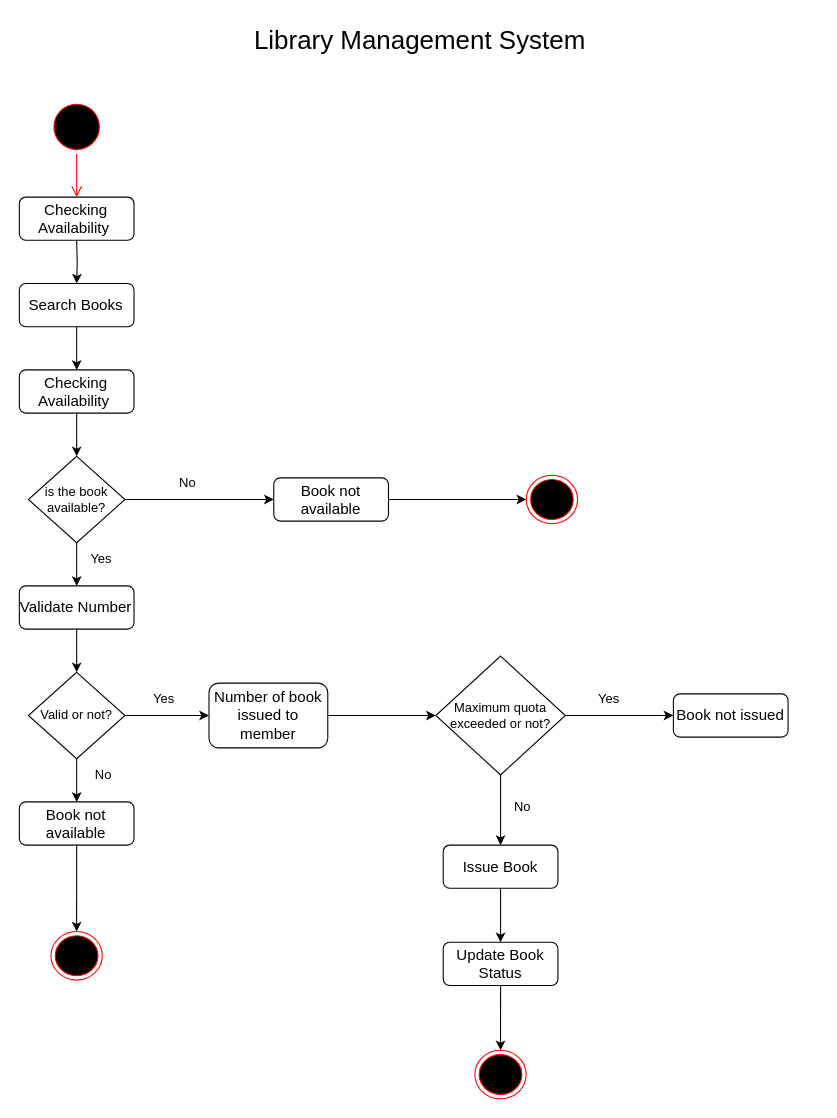
The draw.io diagram Library_Management_System.drawio in CRAZY-BRITI/Activity_Diagram, before the edit. Source tidied: cells renumbered, new cells numbered last; positions are measured from the earlier drawing's top-left corner, leaving out a move shared by most shapes. Both pictures are drawn from the tidied source at 108%, with x=0, y=0 at pixel (18, 18).
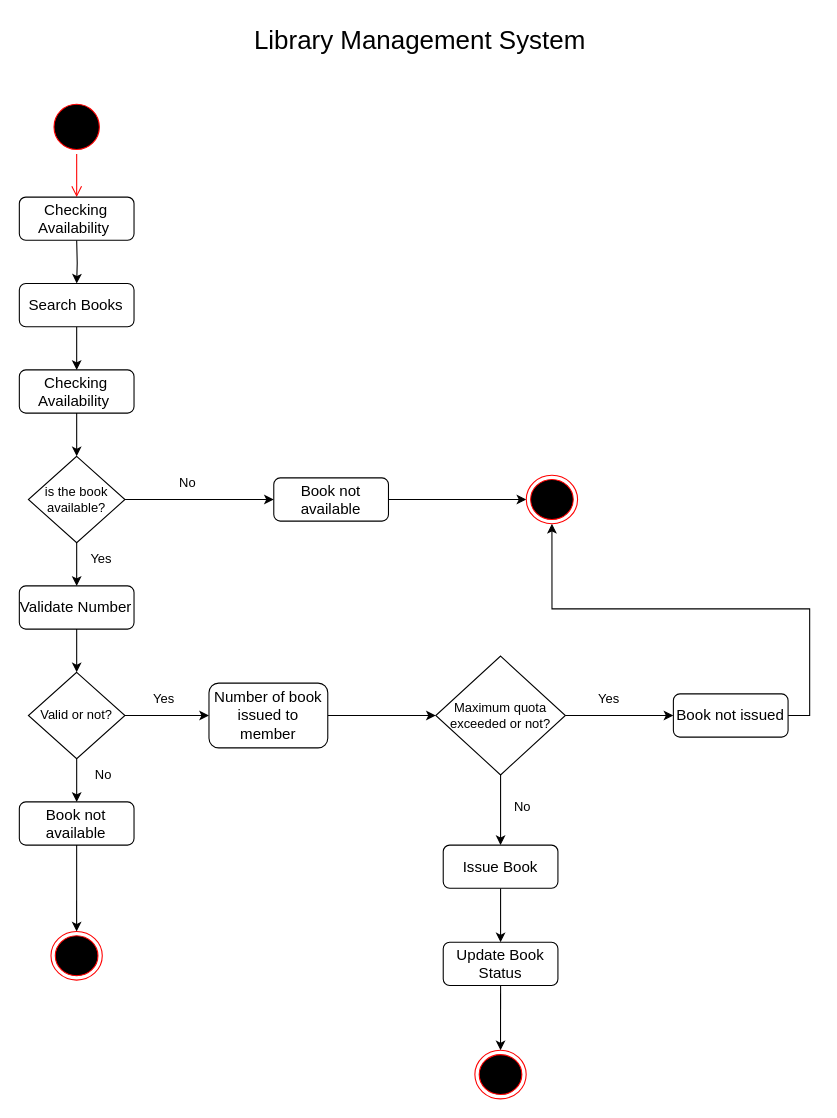
The same page after the edit.

Unchanged cells that the change refers to:
```xml
<mxCell id="31" value="&lt;font style=&quot;font-size: 14px;&quot;&gt;Book not issued&lt;/font&gt;" style="rounded=1;whiteSpace=wrap;html=1;" parent="1" vertex="1">
  <mxGeometry x="606" y="625" width="106.2" height="40" as="geometry" />
</mxCell>
<mxCell id="41" style="ellipse;html=1;shape=endState;fillColor=#000000;strokeColor=#ff0000;" parent="1" vertex="1">
  <mxGeometry x="469.8" y="422.5" width="47.5" height="45" as="geometry" />
</mxCell>
```

Change to the diagram source:
```diff
@@
+    <mxCell id="42" style="edgeStyle=orthogonalEdgeStyle;rounded=0;jettySize=auto;html=1;exitX=1;exitY=0.5;exitDx=0;exitDy=0;entryX=0.5;entryY=1;entryDx=0;entryDy=0;" parent="1" edge="1" source="31" target="41">
+      <mxGeometry relative="1" as="geometry" />
+    </mxCell>
```
